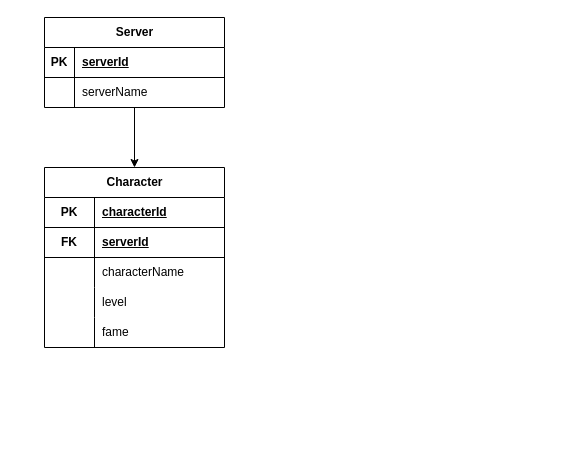
Earlier version of the draw.io diagram _proxy_server/dfinfo.drawio (Nynkx/DFInfo). Source tidied: cells renumbered, new cells numbered last; positions are measured from the earlier drawing's top-left corner, leaving out a move shared by most shapes. Both pictures are drawn from the tidied source at 100%, with x=0, y=0 at pixel (44, 17).
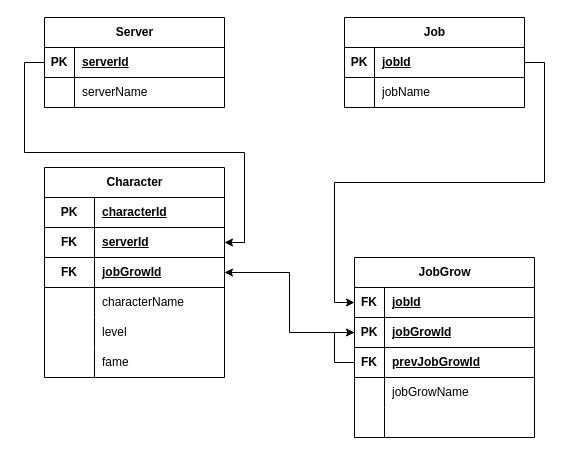
The same page after the edit.

Unchanged cells that the change refers to:
```xml
<mxCell id="3" value="Server" style="shape=table;startSize=30;childLayout=tableLayout;rowLines=0;fontStyle=1;align=center;html=1;" parent="1" vertex="1">
  <mxGeometry width="180" height="90" as="geometry" />
</mxCell>
<mxCell id="4" style="shape=tableRow;horizontal=0;startSize=0;swimlaneHead=0;swimlaneBody=0;fillColor=none;points=[[0,0.5],[1,0.5]];portConstraint=eastwest;top=0;left=0;right=0;bottom=1;" parent="3" vertex="1">
  <mxGeometry y="30" width="180" height="30" as="geometry" />
</mxCell>
<mxCell id="14" style="shape=tableRow;horizontal=0;startSize=0;swimlaneHead=0;swimlaneBody=0;fillColor=none;points=[[0,0.5],[1,0.5]];portConstraint=eastwest;top=0;left=0;right=0;bottom=1;" parent="10" vertex="1">
  <mxGeometry y="60" width="180" height="30" as="geometry" />
</mxCell>
```

Diff of the diagram source:
```diff
@@
-    <mxCell id="2" style="edgeStyle=orthogonalEdgeStyle;rounded=0;jettySize=auto;html=1;entryX=0.5;entryY=0;entryDx=0;entryDy=0;" parent="1" edge="1" source="3" target="10">
-      <mxGeometry relative="1" as="geometry" />
-    </mxCell>
@@
     <mxCell id="10" value="Character" style="shape=table;startSize=30;childLayout=tableLayout;rowLines=0;fontStyle=1;align=center;html=1;" parent="1" vertex="1">
-      <mxGeometry y="150" width="180" height="180" as="geometry" />
+      <mxGeometry y="150" width="180" height="210" as="geometry" />
     </mxCell>
@@
+    <mxCell id="26" style="shape=tableRow;horizontal=0;startSize=0;swimlaneHead=0;swimlaneBody=0;fillColor=none;points=[[0,0.5],[1,0.5]];portConstraint=eastwest;top=0;left=0;right=0;bottom=1;" parent="10" vertex="1">
+      <mxGeometry y="90" width="180" height="30" as="geometry" />
+    </mxCell>
+    <mxCell id="27" value="FK" style="shape=partialRectangle;fillColor=none;top=0;left=0;bottom=0;right=0;fontStyle=1;overflow=hidden;whiteSpace=wrap;html=1;" parent="26" vertex="1">
+      <mxGeometry width="50" height="30" as="geometry" />
+    </mxCell>
+    <mxCell id="28" value="jobGrowId" style="shape=partialRectangle;fillColor=none;top=0;left=0;bottom=0;right=0;align=left;spacingLeft=6;fontStyle=5;overflow=hidden;whiteSpace=wrap;html=1;" parent="26" vertex="1">
+      <mxGeometry x="50" width="130" height="30" as="geometry" />
+    </mxCell>
     <mxCell id="17" style="shape=tableRow;horizontal=0;startSize=0;swimlaneHead=0;swimlaneBody=0;fillColor=none;top=0;left=0;right=0;bottom=0;" parent="10" vertex="1">
-      <mxGeometry y="90" width="180" height="30" as="geometry" />
+      <mxGeometry y="120" width="180" height="30" as="geometry" />
     </mxCell>
@@
     <mxCell id="20" style="shape=tableRow;horizontal=0;startSize=0;swimlaneHead=0;swimlaneBody=0;fillColor=none;top=0;left=0;right=0;bottom=0;" parent="10" vertex="1">
-      <mxGeometry y="120" width="180" height="30" as="geometry" />
+      <mxGeometry y="150" width="180" height="30" as="geometry" />
     </mxCell>
@@
     <mxCell id="23" style="shape=tableRow;horizontal=0;startSize=0;swimlaneHead=0;swimlaneBody=0;fillColor=none;top=0;left=0;right=0;bottom=0;" parent="10" vertex="1">
-      <mxGeometry y="150" width="180" height="30" as="geometry" />
+      <mxGeometry y="180" width="180" height="30" as="geometry" />
     </mxCell>
@@
+    <mxCell id="29" style="edgeStyle=orthogonalEdgeStyle;rounded=0;jettySize=auto;html=1;entryX=0;entryY=0.5;entryDx=0;entryDy=0;" parent="1" edge="1" source="47" target="44">
+      <mxGeometry relative="1" as="geometry" />
+    </mxCell>
+    <mxCell id="30" value="Job" style="shape=table;startSize=30;childLayout=tableLayout;rowLines=0;fontStyle=1;align=center;html=1;" parent="1" vertex="1">
+      <mxGeometry x="300" width="180" height="90" as="geometry" />
+    </mxCell>
+    <mxCell id="31" style="shape=tableRow;horizontal=0;startSize=0;swimlaneHead=0;swimlaneBody=0;fillColor=none;points=[[0,0.5],[1,0.5]];portConstraint=eastwest;top=0;left=0;right=0;bottom=1;" parent="30" vertex="1">
+      <mxGeometry y="30" width="180" height="30" as="geometry" />
+    </mxCell>
+    <mxCell id="32" value="PK" style="shape=partialRectangle;fillColor=none;top=0;left=0;bottom=0;right=0;fontStyle=1;overflow=hidden;whiteSpace=wrap;html=1;" parent="31" vertex="1">
+      <mxGeometry width="30" height="30" as="geometry" />
+    </mxCell>
+    <mxCell id="33" value="jobId" style="shape=partialRectangle;fillColor=none;top=0;left=0;bottom=0;right=0;align=left;spacingLeft=6;fontStyle=5;overflow=hidden;whiteSpace=wrap;html=1;" parent="31" vertex="1">
+      <mxGeometry x="30" width="150" height="30" as="geometry" />
+    </mxCell>
+    <mxCell id="34" style="shape=tableRow;horizontal=0;startSize=0;swimlaneHead=0;swimlaneBody=0;fillColor=none;top=0;left=0;right=0;bottom=0;" parent="30" vertex="1">
+      <mxGeometry y="60" width="180" height="30" as="geometry" />
+    </mxCell>
+    <mxCell id="35" style="shape=partialRectangle;fillColor=none;top=0;left=0;bottom=0;right=0;overflow=hidden;whiteSpace=wrap;html=1;" parent="34" vertex="1">
+      <mxGeometry width="30" height="30" as="geometry" />
+    </mxCell>
+    <mxCell id="36" value="jobName" style="shape=partialRectangle;fillColor=none;top=0;left=0;bottom=0;right=0;align=left;spacingLeft=6;overflow=hidden;whiteSpace=wrap;html=1;" parent="34" vertex="1">
+      <mxGeometry x="30" width="150" height="30" as="geometry" />
+    </mxCell>
+    <mxCell id="37" style="edgeStyle=orthogonalEdgeStyle;rounded=0;jettySize=auto;html=1;entryX=1;entryY=0.5;entryDx=0;entryDy=0;" parent="1" edge="1" source="4" target="14">
+      <mxGeometry relative="1" as="geometry" />
+    </mxCell>
+    <mxCell id="38" style="edgeStyle=orthogonalEdgeStyle;rounded=0;jettySize=auto;html=1;entryX=0;entryY=0.5;entryDx=0;entryDy=0;" parent="1" edge="1" source="31" target="41">
+      <mxGeometry relative="1" as="geometry" />
+    </mxCell>
+    <mxCell id="39" style="edgeStyle=orthogonalEdgeStyle;rounded=0;jettySize=auto;html=1;entryX=1;entryY=0.5;entryDx=0;entryDy=0;" parent="1" edge="1" source="44" target="26">
+      <mxGeometry relative="1" as="geometry" />
+    </mxCell>
+    <mxCell id="40" value="JobGrow" style="shape=table;startSize=30;childLayout=tableLayout;rowLines=0;fontStyle=1;align=center;html=1;" parent="1" vertex="1">
+      <mxGeometry x="310" y="240" width="180" height="180" as="geometry" />
+    </mxCell>
+    <mxCell id="41" style="shape=tableRow;horizontal=0;startSize=0;swimlaneHead=0;swimlaneBody=0;fillColor=none;points=[[0,0.5],[1,0.5]];portConstraint=eastwest;top=0;left=0;right=0;bottom=1;" parent="40" vertex="1">
+      <mxGeometry y="30" width="180" height="30" as="geometry" />
+    </mxCell>
+    <mxCell id="42" value="FK" style="shape=partialRectangle;fillColor=none;top=0;left=0;bottom=0;right=0;fontStyle=1;overflow=hidden;whiteSpace=wrap;html=1;" parent="41" vertex="1">
+      <mxGeometry width="30" height="30" as="geometry" />
+    </mxCell>
+    <mxCell id="43" value="jobId" style="shape=partialRectangle;fillColor=none;top=0;left=0;bottom=0;right=0;align=left;spacingLeft=6;fontStyle=5;overflow=hidden;whiteSpace=wrap;html=1;" parent="41" vertex="1">
+      <mxGeometry x="30" width="150" height="30" as="geometry" />
+    </mxCell>
+    <mxCell id="44" style="shape=tableRow;horizontal=0;startSize=0;swimlaneHead=0;swimlaneBody=0;fillColor=none;points=[[0,0.5],[1,0.5]];portConstraint=eastwest;top=0;left=0;right=0;bottom=1;" parent="40" vertex="1">
+      <mxGeometry y="60" width="180" height="30" as="geometry" />
+    </mxCell>
+    <mxCell id="45" value="PK" style="shape=partialRectangle;fillColor=none;top=0;left=0;bottom=0;right=0;fontStyle=1;overflow=hidden;whiteSpace=wrap;html=1;" parent="44" vertex="1">
+      <mxGeometry width="30" height="30" as="geometry" />
+    </mxCell>
+    <mxCell id="46" value="jobGrowId" style="shape=partialRectangle;fillColor=none;top=0;left=0;bottom=0;right=0;align=left;spacingLeft=6;fontStyle=5;overflow=hidden;whiteSpace=wrap;html=1;" parent="44" vertex="1">
+      <mxGeometry x="30" width="150" height="30" as="geometry" />
+    </mxCell>
+    <mxCell id="47" style="shape=tableRow;horizontal=0;startSize=0;swimlaneHead=0;swimlaneBody=0;fillColor=none;points=[[0,0.5],[1,0.5]];portConstraint=eastwest;top=0;left=0;right=0;bottom=1;" parent="40" vertex="1">
+      <mxGeometry y="90" width="180" height="30" as="geometry" />
+    </mxCell>
+    <mxCell id="48" value="FK" style="shape=partialRectangle;fillColor=none;top=0;left=0;bottom=0;right=0;fontStyle=1;overflow=hidden;whiteSpace=wrap;html=1;" parent="47" vertex="1">
+      <mxGeometry width="30" height="30" as="geometry" />
+    </mxCell>
+    <mxCell id="49" value="prevJobGrowId" style="shape=partialRectangle;fillColor=none;top=0;left=0;bottom=0;right=0;align=left;spacingLeft=6;fontStyle=5;overflow=hidden;whiteSpace=wrap;html=1;" parent="47" vertex="1">
+      <mxGeometry x="30" width="150" height="30" as="geometry" />
+    </mxCell>
+    <mxCell id="50" style="shape=tableRow;horizontal=0;startSize=0;swimlaneHead=0;swimlaneBody=0;fillColor=none;top=0;left=0;right=0;bottom=0;" parent="40" vertex="1">
+      <mxGeometry y="120" width="180" height="30" as="geometry" />
+    </mxCell>
+    <mxCell id="51" style="shape=partialRectangle;fillColor=none;top=0;left=0;bottom=0;right=0;overflow=hidden;whiteSpace=wrap;html=1;" parent="50" vertex="1">
+      <mxGeometry width="30" height="30" as="geometry" />
+    </mxCell>
+    <mxCell id="52" value="jobGrowName" style="shape=partialRectangle;fillColor=none;top=0;left=0;bottom=0;right=0;align=left;spacingLeft=6;overflow=hidden;whiteSpace=wrap;html=1;" parent="50" vertex="1">
+      <mxGeometry x="30" width="150" height="30" as="geometry" />
+    </mxCell>
+    <mxCell id="53" style="shape=tableRow;horizontal=0;startSize=0;swimlaneHead=0;swimlaneBody=0;fillColor=none;top=0;left=0;right=0;bottom=0;" parent="40" vertex="1">
+      <mxGeometry y="150" width="180" height="30" as="geometry" />
+    </mxCell>
+    <mxCell id="54" style="shape=partialRectangle;fillColor=none;top=0;left=0;bottom=0;right=0;overflow=hidden;whiteSpace=wrap;html=1;" parent="53" vertex="1">
+      <mxGeometry width="30" height="30" as="geometry" />
+    </mxCell>
+    <mxCell id="55" style="shape=partialRectangle;fillColor=none;top=0;left=0;bottom=0;right=0;align=left;spacingLeft=6;overflow=hidden;whiteSpace=wrap;html=1;" parent="53" vertex="1">
+      <mxGeometry x="30" width="150" height="30" as="geometry" />
+    </mxCell>
```
